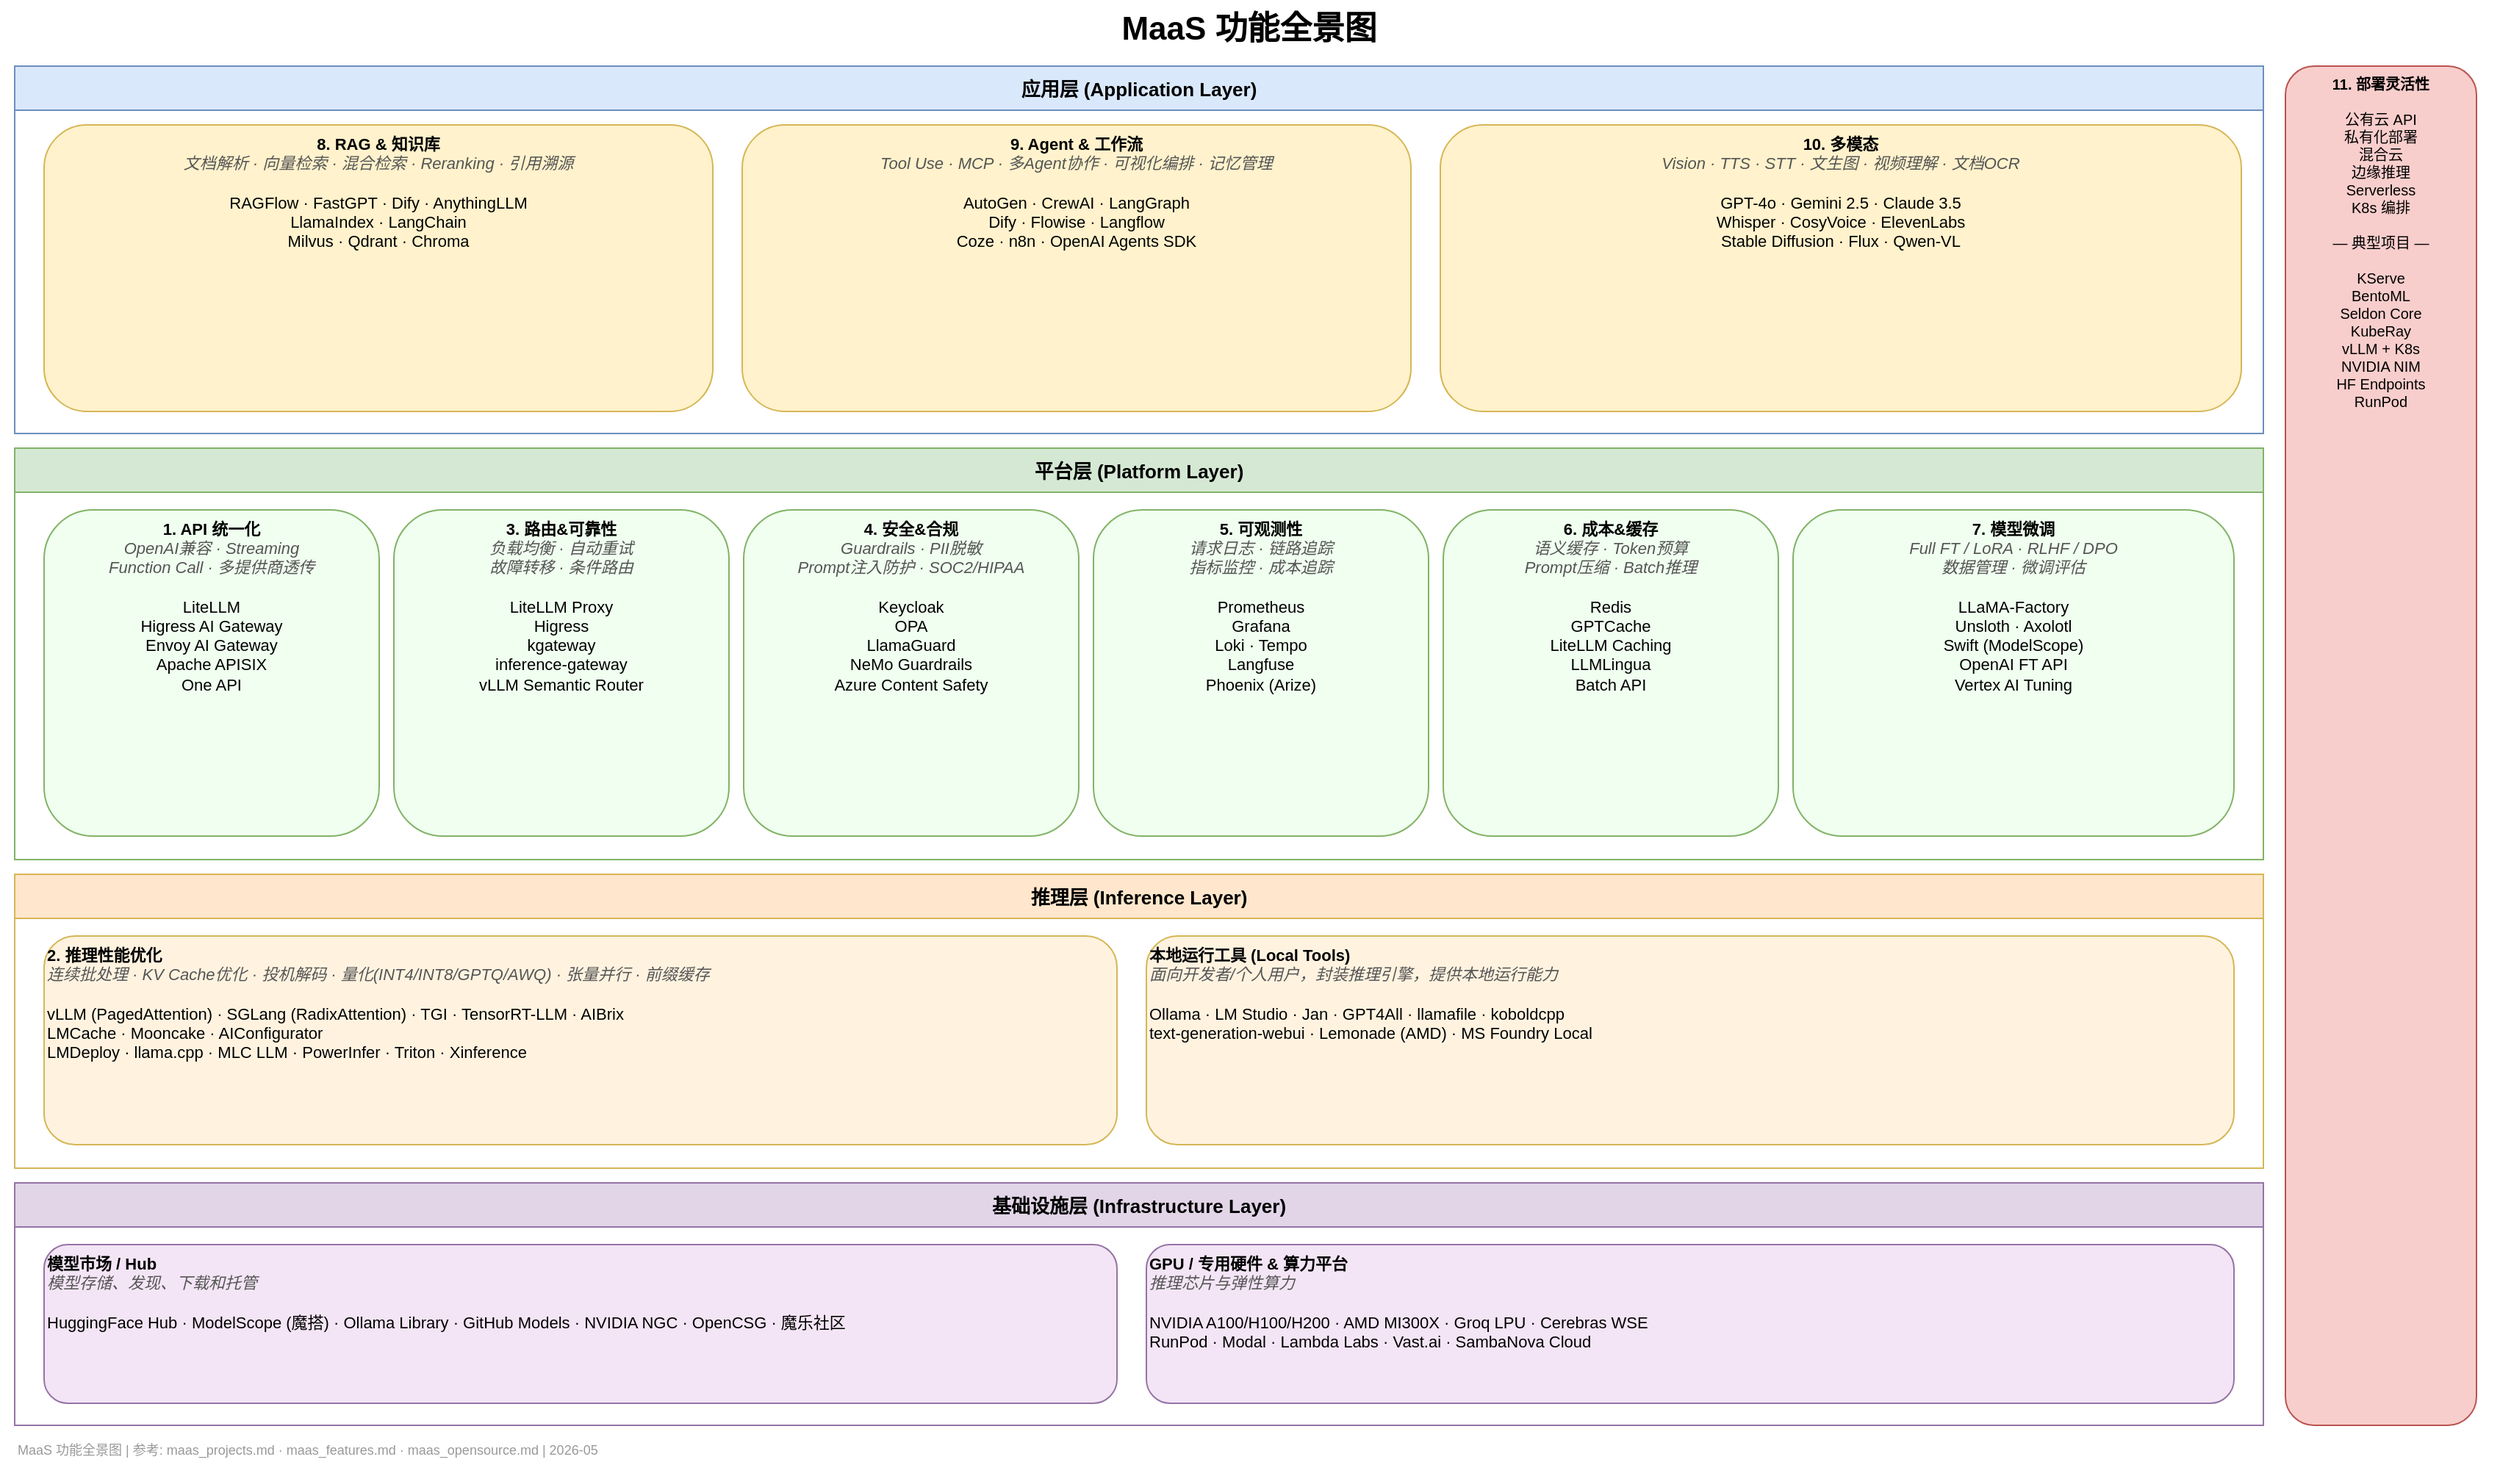
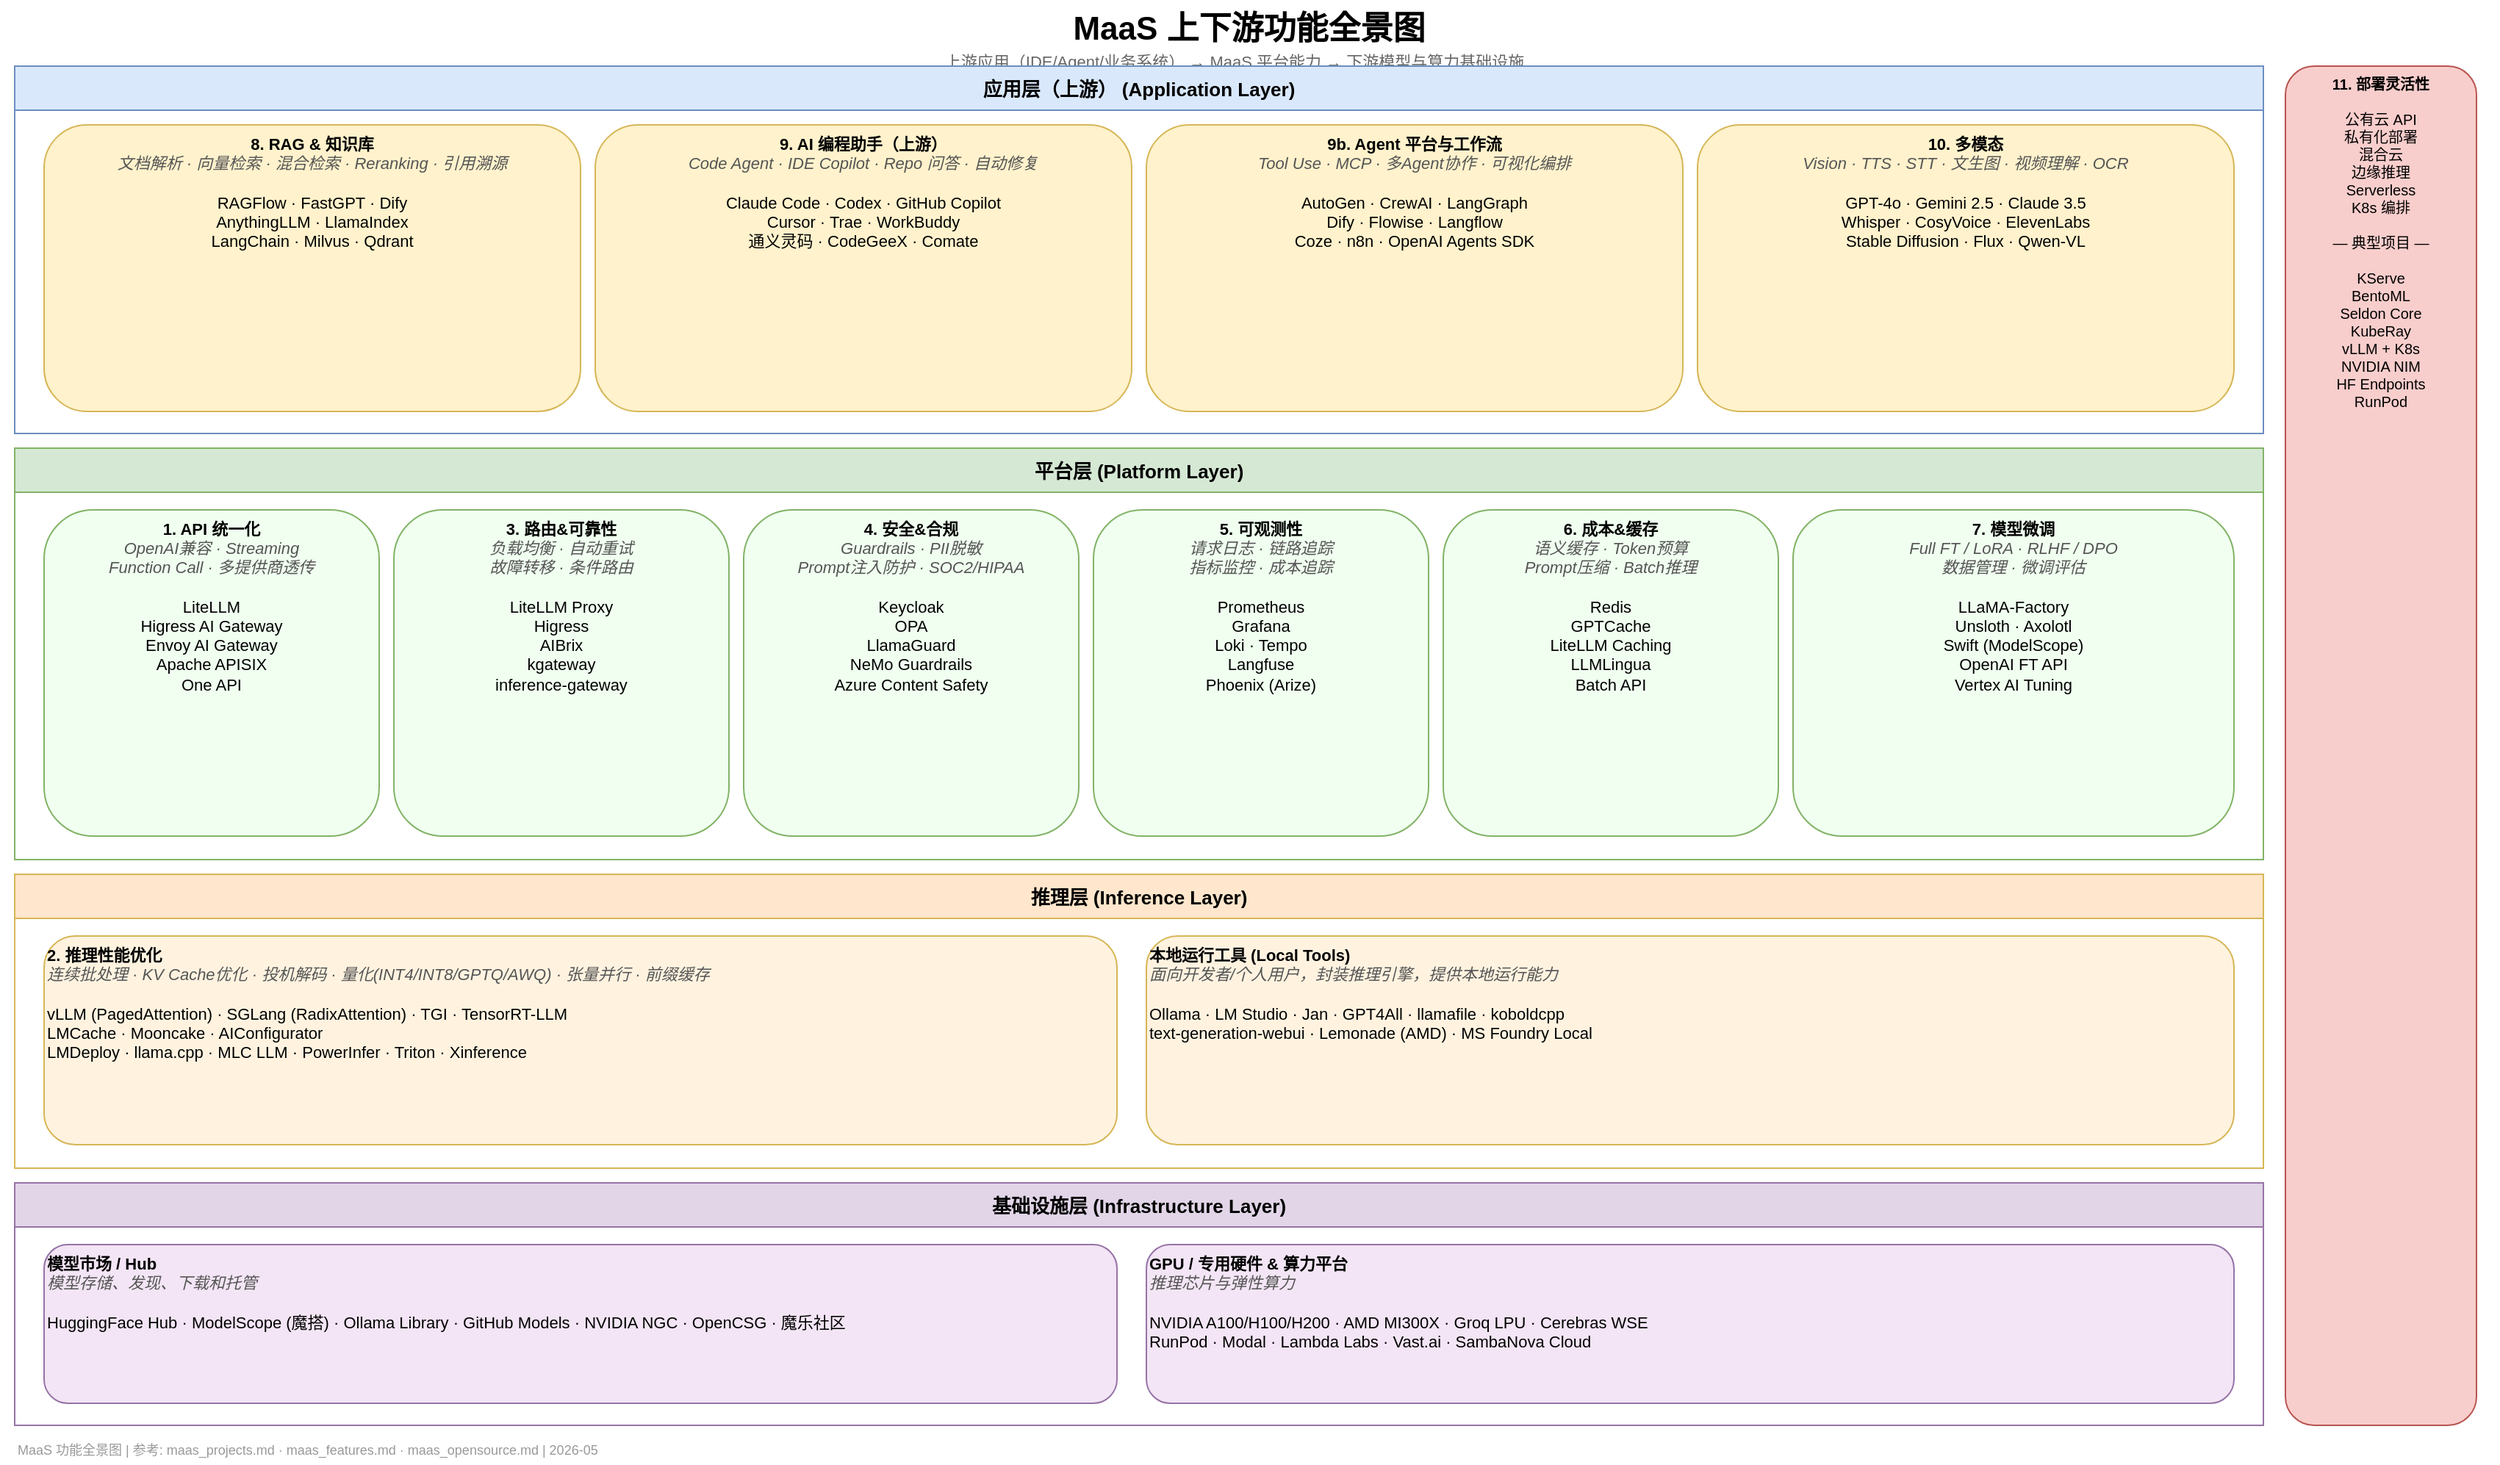
<?xml version="1.0" encoding="UTF-8"?>
<mxfile host="app.diagrams.net" modified="2026-05-18T00:00:00.000Z" version="21.0.8">
  <diagram id="maas-feature-landscape" name="MaaS功能全景">
    <mxGraphModel dx="1422" dy="762" grid="0" gridSize="10" guides="1" tooltips="1" connect="1" arrows="1" fold="1" page="0" pageScale="1" pageWidth="1700" pageHeight="1010" math="0" shadow="0">
      <root>
        <mxCell id="0" />
        <mxCell id="1" parent="0" />

        <!-- Title -->
-         <mxCell id="2" value="MaaS 功能全景图" style="text;html=1;strokeColor=none;fillColor=none;align=center;verticalAlign=middle;whiteSpace=wrap;fontSize=22;fontStyle=1;" vertex="1" parent="1">
+         <mxCell id="2" value="MaaS 上下游功能全景图" style="text;html=1;strokeColor=none;fillColor=none;align=center;verticalAlign=middle;whiteSpace=wrap;fontSize=22;fontStyle=1;" vertex="1" parent="1">
          <mxGeometry x="0" y="10" width="1700" height="40" as="geometry" />
        </mxCell>

+         <mxCell id="26" value="上游应用（IDE/Agent/业务系统） → MaaS 平台能力 → 下游模型与算力基础设施" style="text;html=1;strokeColor=none;fillColor=none;align=center;verticalAlign=middle;whiteSpace=wrap;fontSize=11;fontColor=#666666;" vertex="1" parent="1">
+           <mxGeometry x="40" y="42" width="1600" height="20" as="geometry" />
+         </mxCell>
+ 
        <!-- ═══════════ Application Layer ═══════════ -->
-         <mxCell id="3" value="应用层  (Application Layer)" style="swimlane;fillColor=#dae8fc;strokeColor=#6c8ebf;fontStyle=1;fontSize=13;startSize=30;" vertex="1" parent="1">
+         <mxCell id="3" value="应用层（上游）  (Application Layer)" style="swimlane;fillColor=#dae8fc;strokeColor=#6c8ebf;fontStyle=1;fontSize=13;startSize=30;" vertex="1" parent="1">
          <mxGeometry x="10" y="55" width="1530" height="250" as="geometry" />
        </mxCell>

-         <mxCell id="11" value="&lt;b&gt;8. RAG &amp; 知识库&lt;/b&gt;&lt;br&gt;&lt;font color=&quot;#555555&quot;&gt;&lt;i&gt;文档解析 · 向量检索 · 混合检索 · Reranking · 引用溯源&lt;/i&gt;&lt;/font&gt;&lt;br&gt;&lt;br&gt;RAGFlow · FastGPT · Dify · AnythingLLM&lt;br&gt;LlamaIndex · LangChain&lt;br&gt;Milvus · Qdrant · Chroma" style="rounded=1;whiteSpace=wrap;html=1;fillColor=#fff2cc;strokeColor=#d6b656;verticalAlign=top;fontSize=11;" vertex="1" parent="3">
-           <mxGeometry x="20" y="40" width="455" height="195" as="geometry" />
+         <mxCell id="11" value="&lt;b&gt;8. RAG &amp; 知识库&lt;/b&gt;&lt;br&gt;&lt;font color=&quot;#555555&quot;&gt;&lt;i&gt;文档解析 · 向量检索 · 混合检索 · Reranking · 引用溯源&lt;/i&gt;&lt;/font&gt;&lt;br&gt;&lt;br&gt;RAGFlow · FastGPT · Dify&lt;br&gt;AnythingLLM · LlamaIndex&lt;br&gt;LangChain · Milvus · Qdrant" style="rounded=1;whiteSpace=wrap;html=1;fillColor=#fff2cc;strokeColor=#d6b656;verticalAlign=top;fontSize=11;" vertex="1" parent="3">
+           <mxGeometry x="20" y="40" width="365" height="195" as="geometry" />
        </mxCell>

-         <mxCell id="12" value="&lt;b&gt;9. Agent &amp; 工作流&lt;/b&gt;&lt;br&gt;&lt;font color=&quot;#555555&quot;&gt;&lt;i&gt;Tool Use · MCP · 多Agent协作 · 可视化编排 · 记忆管理&lt;/i&gt;&lt;/font&gt;&lt;br&gt;&lt;br&gt;AutoGen · CrewAI · LangGraph&lt;br&gt;Dify · Flowise · Langflow&lt;br&gt;Coze · n8n · OpenAI Agents SDK" style="rounded=1;whiteSpace=wrap;html=1;fillColor=#fff2cc;strokeColor=#d6b656;verticalAlign=top;fontSize=11;" vertex="1" parent="3">
-           <mxGeometry x="495" y="40" width="455" height="195" as="geometry" />
+         <mxCell id="12" value="&lt;b&gt;9. AI 编程助手（上游）&lt;/b&gt;&lt;br&gt;&lt;font color=&quot;#555555&quot;&gt;&lt;i&gt;Code Agent · IDE Copilot · Repo 问答 · 自动修复&lt;/i&gt;&lt;/font&gt;&lt;br&gt;&lt;br&gt;Claude Code · Codex · GitHub Copilot&lt;br&gt;Cursor · Trae · WorkBuddy&lt;br&gt;通义灵码 · CodeGeeX · Comate" style="rounded=1;whiteSpace=wrap;html=1;fillColor=#fff2cc;strokeColor=#d6b656;verticalAlign=top;fontSize=11;" vertex="1" parent="3">
+           <mxGeometry x="395" y="40" width="365" height="195" as="geometry" />
        </mxCell>

-         <mxCell id="13" value="&lt;b&gt;10. 多模态&lt;/b&gt;&lt;br&gt;&lt;font color=&quot;#555555&quot;&gt;&lt;i&gt;Vision · TTS · STT · 文生图 · 视频理解 · 文档OCR&lt;/i&gt;&lt;/font&gt;&lt;br&gt;&lt;br&gt;GPT-4o · Gemini 2.5 · Claude 3.5&lt;br&gt;Whisper · CosyVoice · ElevenLabs&lt;br&gt;Stable Diffusion · Flux · Qwen-VL" style="rounded=1;whiteSpace=wrap;html=1;fillColor=#fff2cc;strokeColor=#d6b656;verticalAlign=top;fontSize=11;" vertex="1" parent="3">
-           <mxGeometry x="970" y="40" width="545" height="195" as="geometry" />
+         <mxCell id="27" value="&lt;b&gt;9b. Agent 平台与工作流&lt;/b&gt;&lt;br&gt;&lt;font color=&quot;#555555&quot;&gt;&lt;i&gt;Tool Use · MCP · 多Agent协作 · 可视化编排&lt;/i&gt;&lt;/font&gt;&lt;br&gt;&lt;br&gt;AutoGen · CrewAI · LangGraph&lt;br&gt;Dify · Flowise · Langflow&lt;br&gt;Coze · n8n · OpenAI Agents SDK" style="rounded=1;whiteSpace=wrap;html=1;fillColor=#fff2cc;strokeColor=#d6b656;verticalAlign=top;fontSize=11;" vertex="1" parent="3">
+           <mxGeometry x="770" y="40" width="365" height="195" as="geometry" />
+         </mxCell>
+ 
+         <mxCell id="13" value="&lt;b&gt;10. 多模态&lt;/b&gt;&lt;br&gt;&lt;font color=&quot;#555555&quot;&gt;&lt;i&gt;Vision · TTS · STT · 文生图 · 视频理解 · OCR&lt;/i&gt;&lt;/font&gt;&lt;br&gt;&lt;br&gt;GPT-4o · Gemini 2.5 · Claude 3.5&lt;br&gt;Whisper · CosyVoice · ElevenLabs&lt;br&gt;Stable Diffusion · Flux · Qwen-VL" style="rounded=1;whiteSpace=wrap;html=1;fillColor=#fff2cc;strokeColor=#d6b656;verticalAlign=top;fontSize=11;" vertex="1" parent="3">
+           <mxGeometry x="1145" y="40" width="365" height="195" as="geometry" />
        </mxCell>

        <!-- ═══════════ Platform Layer ═══════════ -->
        <mxCell id="4" value="平台层  (Platform Layer)" style="swimlane;fillColor=#d5e8d4;strokeColor=#82b366;fontStyle=1;fontSize=13;startSize=30;" vertex="1" parent="1">
          <mxGeometry x="10" y="315" width="1530" height="280" as="geometry" />
        </mxCell>

        <mxCell id="14" value="&lt;b&gt;1. API 统一化&lt;/b&gt;&lt;br&gt;&lt;font color=&quot;#555555&quot;&gt;&lt;i&gt;OpenAI兼容 · Streaming&lt;br&gt;Function Call · 多提供商透传&lt;/i&gt;&lt;/font&gt;&lt;br&gt;&lt;br&gt;LiteLLM&lt;br&gt;Higress AI Gateway&lt;br&gt;Envoy AI Gateway&lt;br&gt;Apache APISIX&lt;br&gt;One API" style="rounded=1;whiteSpace=wrap;html=1;fillColor=#f0fff0;strokeColor=#82b366;verticalAlign=top;fontSize=11;" vertex="1" parent="4">
          <mxGeometry x="20" y="42" width="228" height="222" as="geometry" />
        </mxCell>

-         <mxCell id="15" value="&lt;b&gt;3. 路由&amp;可靠性&lt;/b&gt;&lt;br&gt;&lt;font color=&quot;#555555&quot;&gt;&lt;i&gt;负载均衡 · 自动重试&lt;br&gt;故障转移 · 条件路由&lt;/i&gt;&lt;/font&gt;&lt;br&gt;&lt;br&gt;LiteLLM Proxy&lt;br&gt;Higress&lt;br&gt;kgateway&lt;br&gt;inference-gateway&lt;br&gt;vLLM Semantic Router" style="rounded=1;whiteSpace=wrap;html=1;fillColor=#f0fff0;strokeColor=#82b366;verticalAlign=top;fontSize=11;" vertex="1" parent="4">
+         <mxCell id="15" value="&lt;b&gt;3. 路由&amp;可靠性&lt;/b&gt;&lt;br&gt;&lt;font color=&quot;#555555&quot;&gt;&lt;i&gt;负载均衡 · 自动重试&lt;br&gt;故障转移 · 条件路由&lt;/i&gt;&lt;/font&gt;&lt;br&gt;&lt;br&gt;LiteLLM Proxy&lt;br&gt;Higress&lt;br&gt;AIBrix&lt;br&gt;kgateway&lt;br&gt;inference-gateway" style="rounded=1;whiteSpace=wrap;html=1;fillColor=#f0fff0;strokeColor=#82b366;verticalAlign=top;fontSize=11;" vertex="1" parent="4">
          <mxGeometry x="258" y="42" width="228" height="222" as="geometry" />
        </mxCell>

        <mxCell id="16" value="&lt;b&gt;4. 安全&amp;合规&lt;/b&gt;&lt;br&gt;&lt;font color=&quot;#555555&quot;&gt;&lt;i&gt;Guardrails · PII脱敏&lt;br&gt;Prompt注入防护 · SOC2/HIPAA&lt;/i&gt;&lt;/font&gt;&lt;br&gt;&lt;br&gt;Keycloak&lt;br&gt;OPA&lt;br&gt;LlamaGuard&lt;br&gt;NeMo Guardrails&lt;br&gt;Azure Content Safety" style="rounded=1;whiteSpace=wrap;html=1;fillColor=#f0fff0;strokeColor=#82b366;verticalAlign=top;fontSize=11;" vertex="1" parent="4">
          <mxGeometry x="496" y="42" width="228" height="222" as="geometry" />
        </mxCell>

        <mxCell id="17" value="&lt;b&gt;5. 可观测性&lt;/b&gt;&lt;br&gt;&lt;font color=&quot;#555555&quot;&gt;&lt;i&gt;请求日志 · 链路追踪&lt;br&gt;指标监控 · 成本追踪&lt;/i&gt;&lt;/font&gt;&lt;br&gt;&lt;br&gt;Prometheus&lt;br&gt;Grafana&lt;br&gt;Loki · Tempo&lt;br&gt;Langfuse&lt;br&gt;Phoenix (Arize)" style="rounded=1;whiteSpace=wrap;html=1;fillColor=#f0fff0;strokeColor=#82b366;verticalAlign=top;fontSize=11;" vertex="1" parent="4">
          <mxGeometry x="734" y="42" width="228" height="222" as="geometry" />
        </mxCell>

        <mxCell id="18" value="&lt;b&gt;6. 成本&amp;缓存&lt;/b&gt;&lt;br&gt;&lt;font color=&quot;#555555&quot;&gt;&lt;i&gt;语义缓存 · Token预算&lt;br&gt;Prompt压缩 · Batch推理&lt;/i&gt;&lt;/font&gt;&lt;br&gt;&lt;br&gt;Redis&lt;br&gt;GPTCache&lt;br&gt;LiteLLM Caching&lt;br&gt;LLMLingua&lt;br&gt;Batch API" style="rounded=1;whiteSpace=wrap;html=1;fillColor=#f0fff0;strokeColor=#82b366;verticalAlign=top;fontSize=11;" vertex="1" parent="4">
          <mxGeometry x="972" y="42" width="228" height="222" as="geometry" />
        </mxCell>

        <mxCell id="19" value="&lt;b&gt;7. 模型微调&lt;/b&gt;&lt;br&gt;&lt;font color=&quot;#555555&quot;&gt;&lt;i&gt;Full FT / LoRA · RLHF / DPO&lt;br&gt;数据管理 · 微调评估&lt;/i&gt;&lt;/font&gt;&lt;br&gt;&lt;br&gt;LLaMA-Factory&lt;br&gt;Unsloth · Axolotl&lt;br&gt;Swift (ModelScope)&lt;br&gt;OpenAI FT API&lt;br&gt;Vertex AI Tuning" style="rounded=1;whiteSpace=wrap;html=1;fillColor=#f0fff0;strokeColor=#82b366;verticalAlign=top;fontSize=11;" vertex="1" parent="4">
          <mxGeometry x="1210" y="42" width="300" height="222" as="geometry" />
        </mxCell>

        <!-- ═══════════ Inference Layer ═══════════ -->
        <mxCell id="5" value="推理层  (Inference Layer)" style="swimlane;fillColor=#ffe6cc;strokeColor=#d6b656;fontStyle=1;fontSize=13;startSize=30;" vertex="1" parent="1">
          <mxGeometry x="10" y="605" width="1530" height="200" as="geometry" />
        </mxCell>

-         <mxCell id="20" value="&lt;b&gt;2. 推理性能优化&lt;/b&gt;&lt;br&gt;&lt;font color=&quot;#555555&quot;&gt;&lt;i&gt;连续批处理 · KV Cache优化 · 投机解码 · 量化(INT4/INT8/GPTQ/AWQ) · 张量并行 · 前缀缓存&lt;/i&gt;&lt;/font&gt;&lt;br&gt;&lt;br&gt;vLLM (PagedAttention) · SGLang (RadixAttention) · TGI · TensorRT-LLM · AIBrix&lt;br&gt;LMCache · Mooncake · AIConfigurator&lt;br&gt;LMDeploy · llama.cpp · MLC LLM · PowerInfer · Triton · Xinference" style="rounded=1;whiteSpace=wrap;html=1;fillColor=#fff3e0;strokeColor=#d6b656;verticalAlign=top;fontSize=11;align=left;" vertex="1" parent="5">
+         <mxCell id="20" value="&lt;b&gt;2. 推理性能优化&lt;/b&gt;&lt;br&gt;&lt;font color=&quot;#555555&quot;&gt;&lt;i&gt;连续批处理 · KV Cache优化 · 投机解码 · 量化(INT4/INT8/GPTQ/AWQ) · 张量并行 · 前缀缓存&lt;/i&gt;&lt;/font&gt;&lt;br&gt;&lt;br&gt;vLLM (PagedAttention) · SGLang (RadixAttention) · TGI · TensorRT-LLM&lt;br&gt;LMCache · Mooncake · AIConfigurator&lt;br&gt;LMDeploy · llama.cpp · MLC LLM · PowerInfer · Triton · Xinference" style="rounded=1;whiteSpace=wrap;html=1;fillColor=#fff3e0;strokeColor=#d6b656;verticalAlign=top;fontSize=11;align=left;" vertex="1" parent="5">
          <mxGeometry x="20" y="42" width="730" height="142" as="geometry" />
        </mxCell>

        <mxCell id="21" value="&lt;b&gt;本地运行工具 (Local Tools)&lt;/b&gt;&lt;br&gt;&lt;font color=&quot;#555555&quot;&gt;&lt;i&gt;面向开发者/个人用户，封装推理引擎，提供本地运行能力&lt;/i&gt;&lt;/font&gt;&lt;br&gt;&lt;br&gt;Ollama · LM Studio · Jan · GPT4All · llamafile · koboldcpp&lt;br&gt;text-generation-webui · Lemonade (AMD) · MS Foundry Local" style="rounded=1;whiteSpace=wrap;html=1;fillColor=#fff3e0;strokeColor=#d6b656;verticalAlign=top;fontSize=11;align=left;" vertex="1" parent="5">
          <mxGeometry x="770" y="42" width="740" height="142" as="geometry" />
        </mxCell>

        <!-- ═══════════ Infrastructure Layer ═══════════ -->
        <mxCell id="6" value="基础设施层  (Infrastructure Layer)" style="swimlane;fillColor=#e1d5e7;strokeColor=#9673a6;fontStyle=1;fontSize=13;startSize=30;" vertex="1" parent="1">
          <mxGeometry x="10" y="815" width="1530" height="165" as="geometry" />
        </mxCell>

        <mxCell id="22" value="&lt;b&gt;模型市场 / Hub&lt;/b&gt;&lt;br&gt;&lt;font color=&quot;#555555&quot;&gt;&lt;i&gt;模型存储、发现、下载和托管&lt;/i&gt;&lt;/font&gt;&lt;br&gt;&lt;br&gt;HuggingFace Hub · ModelScope (魔搭) · Ollama Library · GitHub Models · NVIDIA NGC · OpenCSG · 魔乐社区" style="rounded=1;whiteSpace=wrap;html=1;fillColor=#f3e5f5;strokeColor=#9673a6;verticalAlign=top;fontSize=11;align=left;" vertex="1" parent="6">
          <mxGeometry x="20" y="42" width="730" height="108" as="geometry" />
        </mxCell>

        <mxCell id="23" value="&lt;b&gt;GPU / 专用硬件 &amp; 算力平台&lt;/b&gt;&lt;br&gt;&lt;font color=&quot;#555555&quot;&gt;&lt;i&gt;推理芯片与弹性算力&lt;/i&gt;&lt;/font&gt;&lt;br&gt;&lt;br&gt;NVIDIA A100/H100/H200 · AMD MI300X · Groq LPU · Cerebras WSE&lt;br&gt;RunPod · Modal · Lambda Labs · Vast.ai · SambaNova Cloud" style="rounded=1;whiteSpace=wrap;html=1;fillColor=#f3e5f5;strokeColor=#9673a6;verticalAlign=top;fontSize=11;align=left;" vertex="1" parent="6">
          <mxGeometry x="770" y="42" width="740" height="108" as="geometry" />
        </mxCell>

        <!-- ═══════════ Deployment Flexibility (Right Sidebar) ═══════════ -->
        <mxCell id="24" value="&lt;b&gt;11. 部署灵活性&lt;/b&gt;&lt;br&gt;&lt;br&gt;公有云 API&lt;br&gt;私有化部署&lt;br&gt;混合云&lt;br&gt;边缘推理&lt;br&gt;Serverless&lt;br&gt;K8s 编排&lt;br&gt;&lt;br&gt;— 典型项目 —&lt;br&gt;&lt;br&gt;KServe&lt;br&gt;BentoML&lt;br&gt;Seldon Core&lt;br&gt;KubeRay&lt;br&gt;vLLM + K8s&lt;br&gt;NVIDIA NIM&lt;br&gt;HF Endpoints&lt;br&gt;RunPod" style="rounded=1;whiteSpace=wrap;html=1;fillColor=#f8cecc;strokeColor=#b85450;verticalAlign=top;fontSize=10;align=center;" vertex="1" parent="1">
          <mxGeometry x="1555" y="55" width="130" height="925" as="geometry" />
        </mxCell>

        <!-- Footer -->
        <mxCell id="25" value="MaaS 功能全景图 | 参考: maas_projects.md · maas_features.md · maas_opensource.md | 2026-05" style="text;html=1;strokeColor=none;fillColor=none;align=left;verticalAlign=middle;fontSize=9;fontColor=#999999;" vertex="1" parent="1">
          <mxGeometry x="10" y="988" width="900" height="18" as="geometry" />
        </mxCell>

      </root>
    </mxGraphModel>
  </diagram>
</mxfile>
